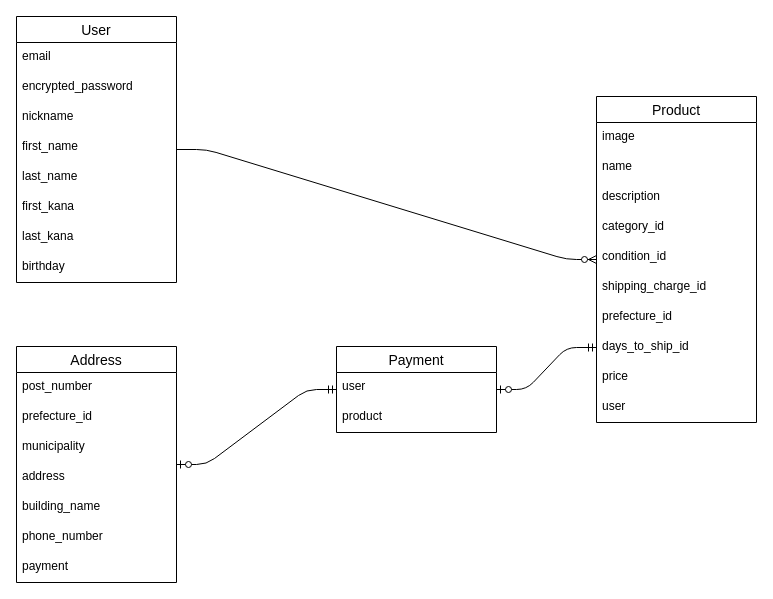
The draw.io diagram er.dio in T0m555/furima-32868, before the edit. Source tidied: cells renumbered, new cells numbered last; positions are measured from the earlier drawing's top-left corner, leaving out a move shared by most shapes. Both pictures are drawn from the tidied source at 100%, with x=0, y=0 at pixel (16, 16).
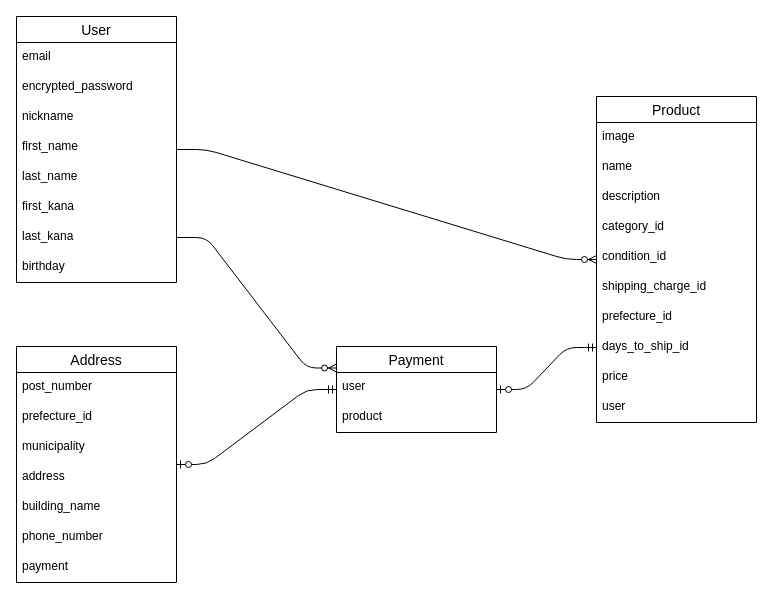
Above is the later version.

The change refers to these unchanged cells:
```xml
<mxCell id="9" value="last_kana" style="text;strokeColor=none;fillColor=none;spacingLeft=4;spacingRight=4;overflow=hidden;points=[[0,0.5],[1,0.5]];portConstraint=eastwest;fontSize=12;" parent="2" vertex="1">
  <mxGeometry y="206" width="160" height="30" as="geometry" />
</mxCell>
<mxCell id="30" value="Payment" style="swimlane;fontStyle=0;horizontal=1;startSize=26;align=center;fontSize=14;" parent="1" vertex="1">
  <mxGeometry x="320" y="330" width="160" height="86" as="geometry" />
</mxCell>
```

What changed in the source:
```diff
@@
+    <mxCell id="36" style="edgeStyle=entityRelationEdgeStyle;fontSize=12;html=1;endArrow=ERzeroToMany;endFill=1;entryX=0;entryY=0.25;entryDx=0;entryDy=0;" parent="1" edge="1" source="9" target="30">
+      <mxGeometry relative="1" as="geometry" />
+    </mxCell>
```
